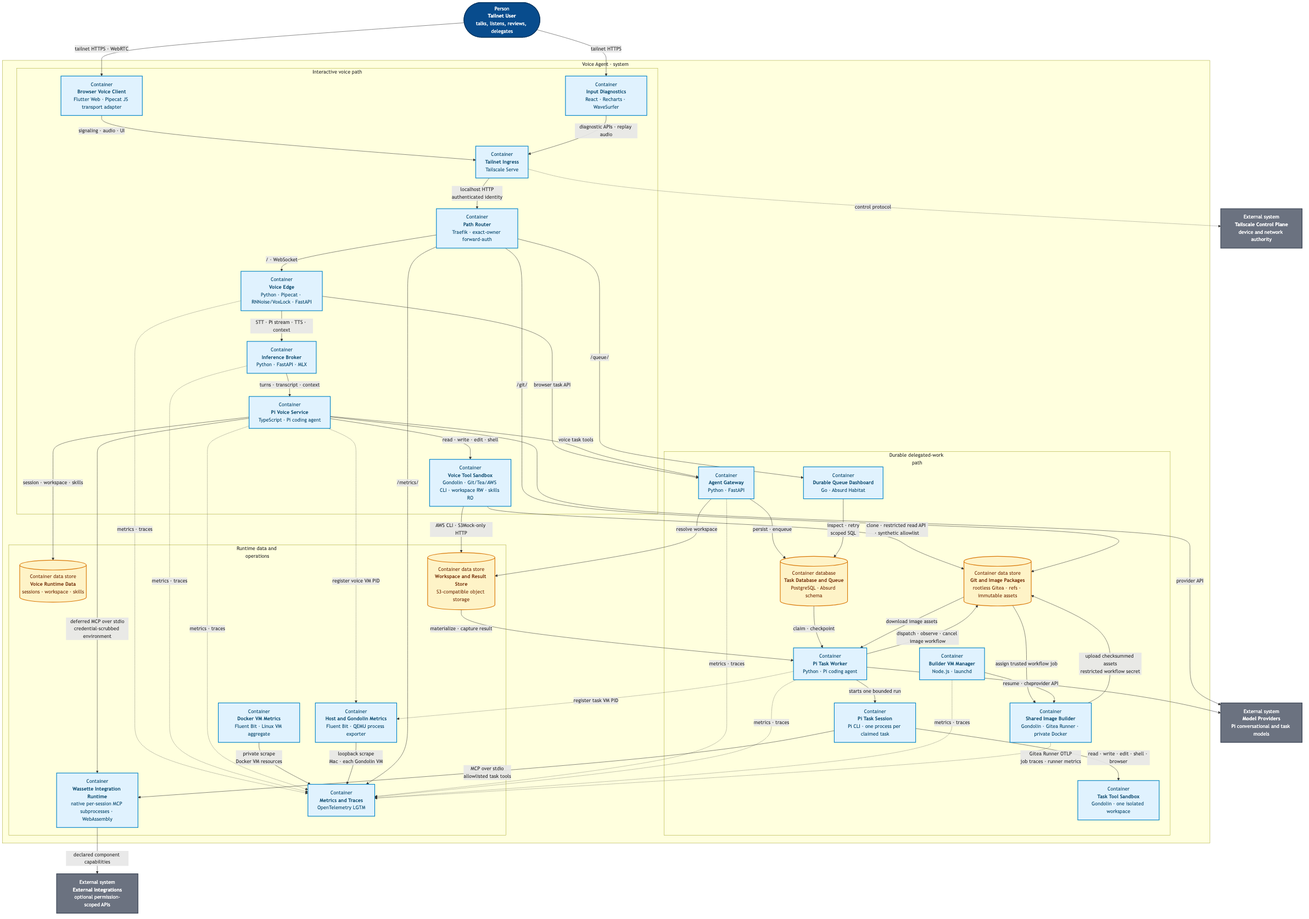
Earlier version of the Mermaid export products/voice-agent/docs/architecture/c2-container.png (ragavsathish/agent-workload-platform). Its source is kept beside it as products/voice-agent/docs/architecture/c2-container.mmd.
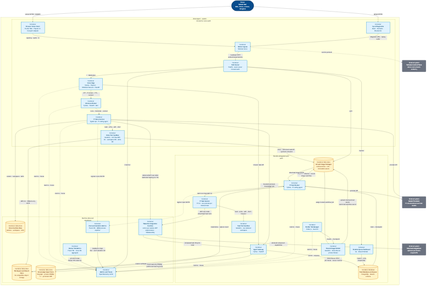
After the change.

The edit, as a diff of the source:
```diff
@@ -51,6 +51,7 @@
             VOICE_DATA[("Container data store<br/><b>Voice Runtime Data</b><br/>sessions · workspace · skills")]
             GITEA[("Container data store<br/><b>Git and Image Packages</b><br/>rootless Gitea · refs · immutable assets")]
             ARTIFACTS[("Container data store<br/><b>Workspace and Result Store</b><br/>S3-compatible object storage")]
+            OXIGRAPH[("Container data store<br/><b>Knowledge Graph Store</b><br/>Oxigraph · private SPARQL 1.1 · persistent RDF")]
             DOCKER_METRICS["Container<br/><b>Docker VM Metrics</b><br/>Fluent Bit · Linux VM aggregate"]
             HOST_METRICS["Container<br/><b>Host and Gondolin Metrics</b><br/>Fluent Bit · QEMU process exporter"]
             WASSETTE["Container<br/><b>Wassette Integration Runtime</b><br/>native per-session MCP subprocesses · WebAssembly"]
@@ -58,13 +59,15 @@
         end
 
         EDGE -->|"browser task API"| GATEWAY
-        PI -->|"voice task tools"| GATEWAY
-        PI -->|"deferred MCP over stdio<br/>credential-scrubbed environment"| WASSETTE
+        PI -->|"bounded personal-knowledge tool"| GATEWAY
+        PI -->|"deferred MCP over stdio<br/>dedicated tasking env file"| WASSETTE
+        WASSETTE -->|"composed task lifecycle tools"| GATEWAY
         TASK_PI -->|"MCP over stdio<br/>allowlisted task tools"| WASSETTE
         PI -->|"session · workspace · skills"| VOICE_DATA
         VOICE_VM -->|"clone · restricted read API · synthetic allowlist"| GITEA
         VOICE_VM -->|"AWS CLI · S3Mock-only HTTP"| ARTIFACTS
         GATEWAY -->|"resolve workspace"| ARTIFACTS
+        GATEWAY -->|"fixed read-only SPARQL<br/>profile and learning facts"| OXIGRAPH
         ARTIFACTS -->|"materialize · capture result"| WORKER
         BUILDER_VM -->|"upload checksummed assets<br/>restricted workflow secret"| GITEA
         GITEA -->|"download image assets"| WORKER
@@ -98,4 +101,4 @@
     class USER person;
     class TSC,MODELS,INTEGRATIONS external;
     class BROWSER,DIAGNOSTICS,INGRESS,ROUTER,EDGE,BROKER,PI,VOICE_VM,GATEWAY,HABITAT,WORKER,TASK_PI,BUILDER_MANAGER,BUILDER_VM,TASK_VM,DOCKER_METRICS,HOST_METRICS,WASSETTE,OTEL container;
-    class TASKS,VOICE_DATA,GITEA,ARTIFACTS data;
+    class TASKS,VOICE_DATA,GITEA,ARTIFACTS,OXIGRAPH data;
```
